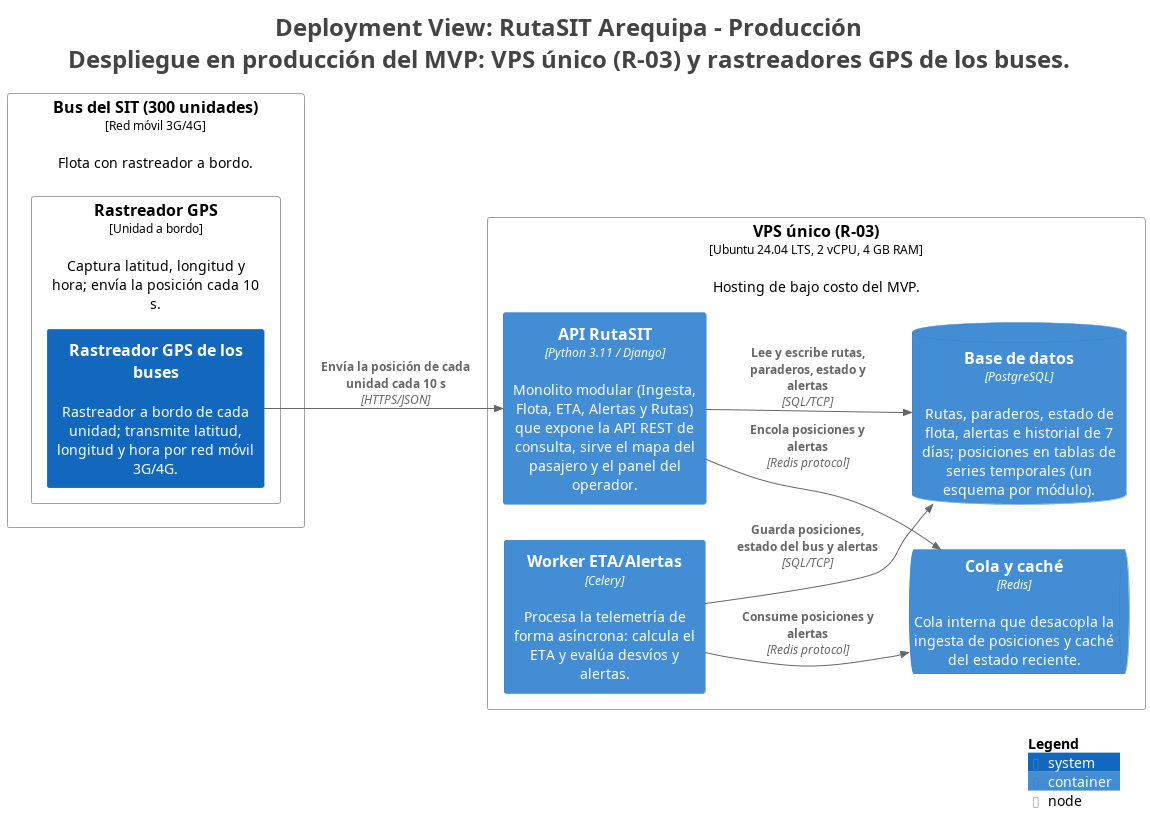
F4brici0L4yme/cs-2026b-lab04-grupo-b keeps this PlantUML diagram as lab06/docs/architecture/c4/img/structurizr-Despliegue.png. Above is the earlier version. Source of this version:
```plantuml
@startuml
title <size:24>Deployment View: RutaSIT Arequipa - Producción</size>\n<size:24>Despliegue en producción del MVP: VPS único (R-03) y rastreadores GPS de los buses.</size>

set separator none
left to right direction

<style>
  root {
    BackgroundColor: #ffffff
    FontColor: #444444
  }
</style>

!include <C4/C4>
!include <C4/C4_Context>
!include <C4/C4_Container>
!include <C4/C4_Deployment>

Deployment_Node(Producción.BusdelSIT300unidades, "Bus del SIT (300 unidades)", $type="Red móvil 3G/4G", $descr="Flota con rastreador a bordo.", $tags="", $link="") {
  Deployment_Node(Producción.BusdelSIT300unidades.RastreadorGPS, "Rastreador GPS", $type="Unidad a bordo", $descr="Captura latitud, longitud y hora; envía la posición cada 10 s.", $tags="", $link="") {
    System(Producción.BusdelSIT300unidades.RastreadorGPS.RastreadorGPSdelosbuses_1, "Rastreador GPS de los buses", $descr="Rastreador a bordo de cada unidad; transmite latitud, longitud y hora por red móvil 3G/4G.", $tags="", $link="")
  }

}

Deployment_Node(Producción.VPSúnicoR03, "VPS único (R-03)", $type="Ubuntu 24.04 LTS, 2 vCPU, 4 GB RAM", $descr="Hosting de bajo costo del MVP.", $tags="", $link="") {
  Container(Producción.VPSúnicoR03.APIRutaSIT_1, "API RutaSIT", $techn="Python 3.11 / Django", $descr="Monolito modular (Ingesta, Flota, ETA, Alertas y Rutas) que expone la API REST de consulta, sirve el mapa del pasajero y el panel del operador.", $tags="", $link="")
  Container(Producción.VPSúnicoR03.WorkerETAAlertas_1, "Worker ETA/Alertas", $techn="Celery", $descr="Procesa la telemetría de forma asíncrona: calcula el ETA y evalúa desvíos y alertas.", $tags="", $link="")
  ContainerQueue(Producción.VPSúnicoR03.Colaycaché_1, "Cola y caché", $techn="Redis", $descr="Cola interna que desacopla la ingesta de posiciones y caché del estado reciente.", $tags="", $link="")
  ContainerDb(Producción.VPSúnicoR03.Basededatos_1, "Base de datos", $techn="PostgreSQL", $descr="Rutas, paraderos, estado de flota, alertas e historial de 7 días; posiciones en tablas de series temporales (un esquema por módulo).", $tags="", $link="")
}

Rel(Producción.BusdelSIT300unidades.RastreadorGPS.RastreadorGPSdelosbuses_1, Producción.VPSúnicoR03.APIRutaSIT_1, "Envía la posición de cada unidad cada 10 s", $techn="HTTPS/JSON", $tags="", $link="")
Rel(Producción.VPSúnicoR03.APIRutaSIT_1, Producción.VPSúnicoR03.Colaycaché_1, "Encola posiciones y alertas", $techn="Redis protocol", $tags="", $link="")
Rel(Producción.VPSúnicoR03.WorkerETAAlertas_1, Producción.VPSúnicoR03.Colaycaché_1, "Consume posiciones y alertas", $techn="Redis protocol", $tags="", $link="")
Rel(Producción.VPSúnicoR03.APIRutaSIT_1, Producción.VPSúnicoR03.Basededatos_1, "Lee y escribe rutas, paraderos, estado y alertas", $techn="SQL/TCP", $tags="", $link="")
Rel(Producción.VPSúnicoR03.WorkerETAAlertas_1, Producción.VPSúnicoR03.Basededatos_1, "Guarda posiciones, estado del bus y alertas", $techn="SQL/TCP", $tags="", $link="")

SHOW_LEGEND(true)
hide stereotypes
@enduml
```
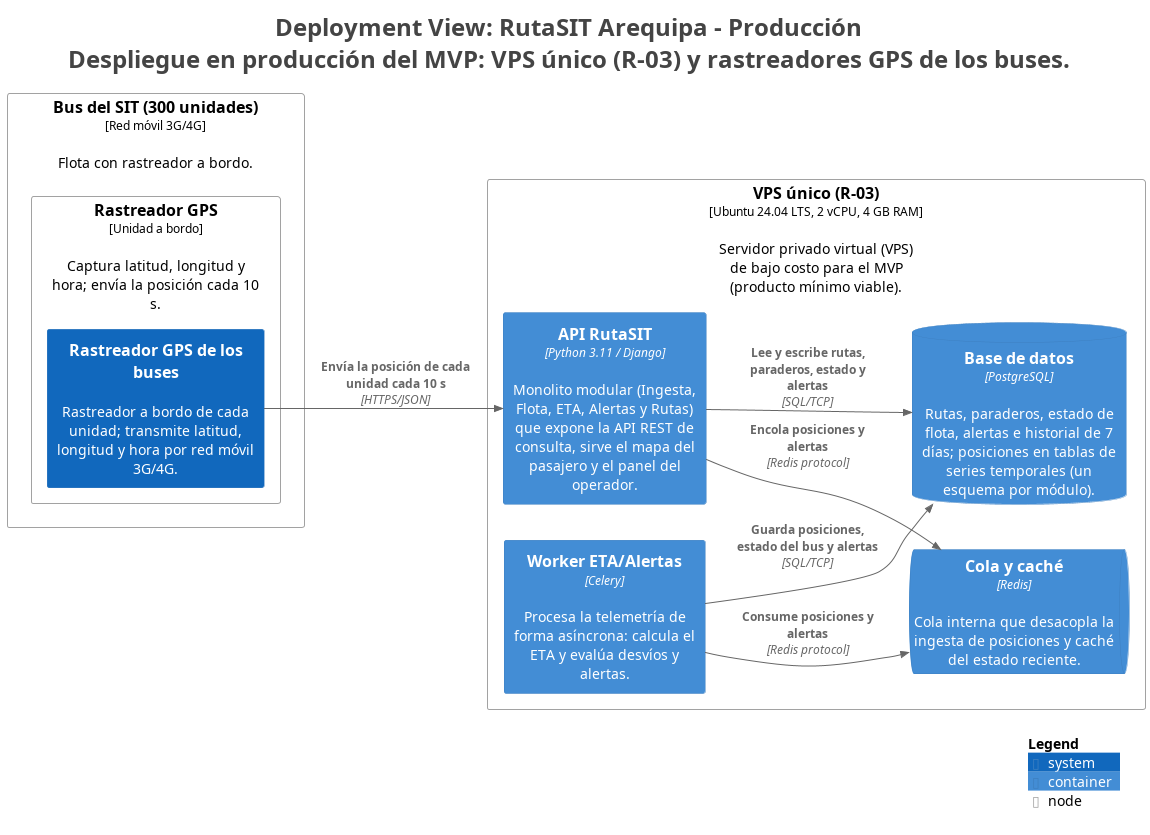
The same file after the commit.

Diff of the diagram source:
```diff
@@ -23,7 +23,7 @@
 
 }
 
-Deployment_Node(Producción.VPSúnicoR03, "VPS único (R-03)", $type="Ubuntu 24.04 LTS, 2 vCPU, 4 GB RAM", $descr="Hosting de bajo costo del MVP.", $tags="", $link="") {
+Deployment_Node(Producción.VPSúnicoR03, "VPS único (R-03)", $type="Ubuntu 24.04 LTS, 2 vCPU, 4 GB RAM", $descr="Servidor privado virtual (VPS) de bajo costo para el MVP (producto mínimo viable).", $tags="", $link="") {
   Container(Producción.VPSúnicoR03.APIRutaSIT_1, "API RutaSIT", $techn="Python 3.11 / Django", $descr="Monolito modular (Ingesta, Flota, ETA, Alertas y Rutas) que expone la API REST de consulta, sirve el mapa del pasajero y el panel del operador.", $tags="", $link="")
   Container(Producción.VPSúnicoR03.WorkerETAAlertas_1, "Worker ETA/Alertas", $techn="Celery", $descr="Procesa la telemetría de forma asíncrona: calcula el ETA y evalúa desvíos y alertas.", $tags="", $link="")
   ContainerQueue(Producción.VPSúnicoR03.Colaycaché_1, "Cola y caché", $techn="Redis", $descr="Cola interna que desacopla la ingesta de posiciones y caché del estado reciente.", $tags="", $link="")
```
